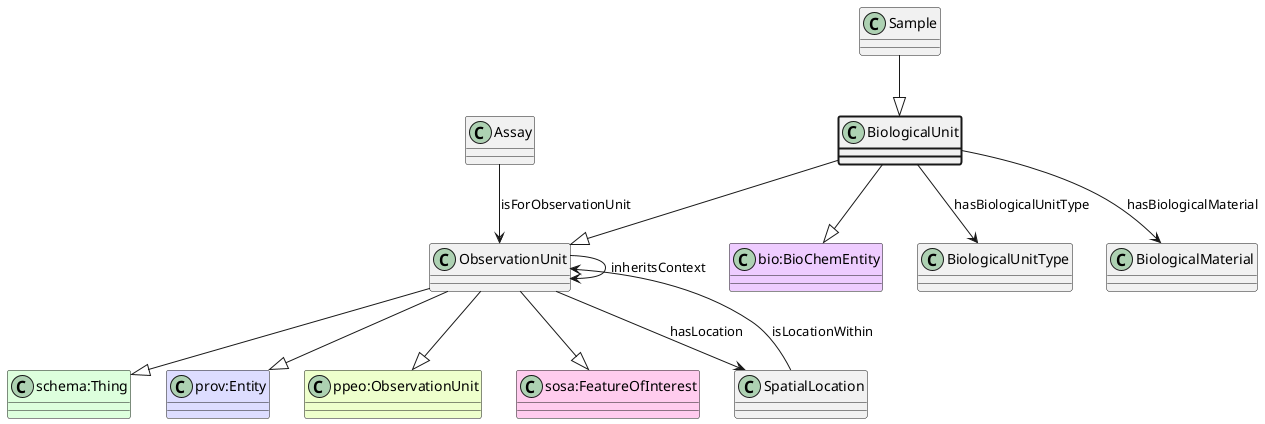
The PlantUML diagram ttl_uml/ttl_appn_BiologicalUnit.png in aus-plant-phenomics-network/appn-schema, before a commit.
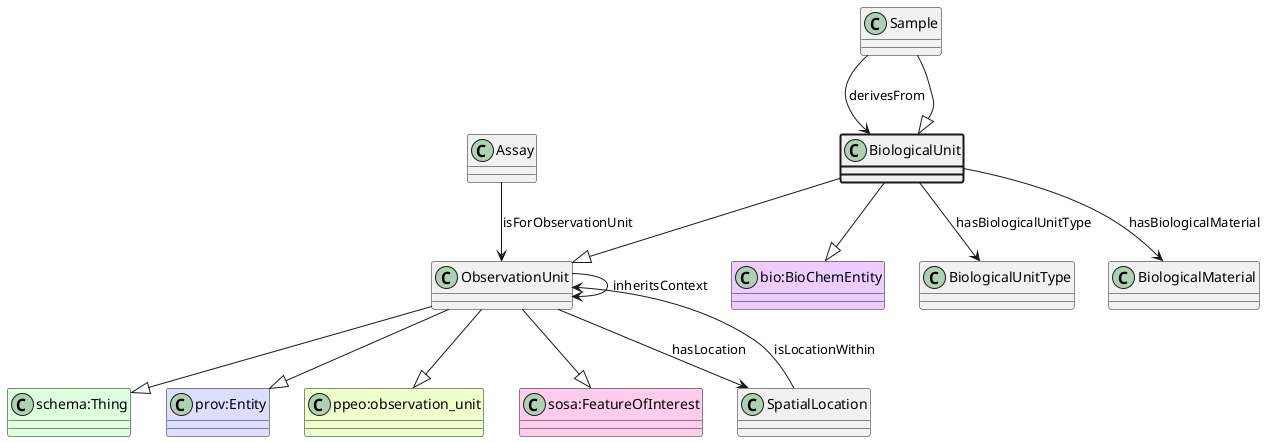
The same file after the commit.

Diff of the diagram source:
```diff
@@ -5,8 +5,8 @@
 ObservationUnit --|> "schema:Thing"
 class "prov:Entity" #DDDDFF
 ObservationUnit --|> "prov:Entity"
-class "ppeo:ObservationUnit" #EEFFCC
-ObservationUnit --|> "ppeo:ObservationUnit"
+class "ppeo:observation_unit" #EEFFCC
+ObservationUnit --|> "ppeo:observation_unit"
 class "sosa:FeatureOfInterest" #FFCCEE
 ObservationUnit --|> "sosa:FeatureOfInterest"
 BiologicalUnit --|> ObservationUnit
@@ -16,6 +16,8 @@
 BiologicalUnit --> BiologicalUnitType : hasBiologicalUnitType
 class BiologicalMaterial
 BiologicalUnit --> BiologicalMaterial : hasBiologicalMaterial
+class Sample
+Sample --> BiologicalUnit : derivesFrom
 class Assay
 Assay --> ObservationUnit : isForObservationUnit
 class ObservationUnit
```
